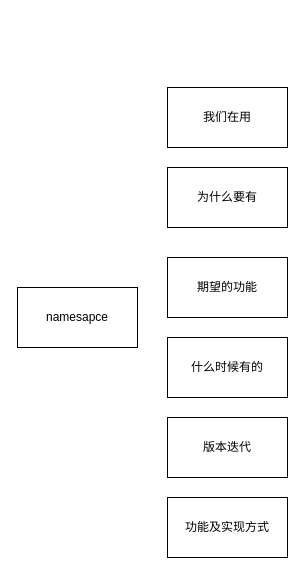
Before: linux namespace源码阅读.drawio in enzoyes/desginsindraw, a draw.io diagram. Source tidied: cells renumbered, new cells numbered last; positions are measured from the earlier drawing's top-left corner, leaving out a move shared by most shapes. Both pictures are drawn from the tidied source at 100%, with x=0, y=0 at pixel (17, 87).
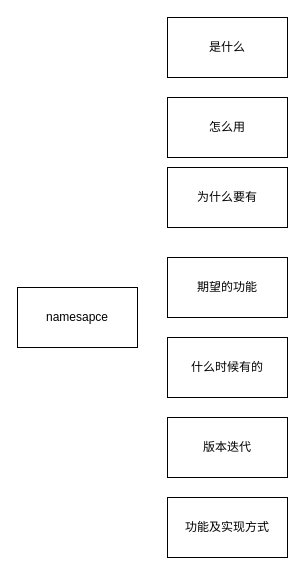
Above is the later version.

Commit message (it also covers changes not shown here):
更新linux namespace源码阅读.drawio

What changed in the source:
```diff
@@
 <mxGraphModel>
   <root>
     <mxCell id="0" />
     <mxCell id="1" parent="0" />
     <mxCell id="2" value="namesapce" style="rounded=0;whiteSpace=wrap;html=1;" parent="1" vertex="1">
       <mxGeometry y="200" width="120" height="60" as="geometry" />
     </mxCell>
     <mxCell id="3" value="为什么要有" style="rounded=0;whiteSpace=wrap;html=1;" parent="1" vertex="1">
       <mxGeometry x="150" y="80" width="120" height="60" as="geometry" />
     </mxCell>
     <mxCell id="4" value="什么时候有的" style="rounded=0;whiteSpace=wrap;html=1;" parent="1" vertex="1">
       <mxGeometry x="150" y="250" width="120" height="60" as="geometry" />
     </mxCell>
     <mxCell id="5" value="版本迭代" style="rounded=0;whiteSpace=wrap;html=1;" parent="1" vertex="1">
       <mxGeometry x="150" y="330" width="120" height="60" as="geometry" />
     </mxCell>
     <mxCell id="6" value="期望的功能" style="rounded=0;whiteSpace=wrap;html=1;" parent="1" vertex="1">
       <mxGeometry x="150" y="170" width="120" height="60" as="geometry" />
     </mxCell>
     <mxCell id="7" value="功能及实现方式" style="rounded=0;whiteSpace=wrap;html=1;" parent="1" vertex="1">
       <mxGeometry x="150" y="410" width="120" height="60" as="geometry" />
     </mxCell>
-    <mxCell id="8" value="我们在用" style="rounded=0;whiteSpace=wrap;html=1;" parent="1" vertex="1">
-      <mxGeometry x="150" width="120" height="60" as="geometry" />
+    <mxCell id="8" value="是什么" style="rounded=0;whiteSpace=wrap;html=1;" parent="1" vertex="1">
+      <mxGeometry x="150" y="-70" width="120" height="60" as="geometry" />
     </mxCell>
+    <mxCell id="9" value="怎么用" style="rounded=0;whiteSpace=wrap;html=1;" parent="1" vertex="1">
+      <mxGeometry x="150" y="10" width="120" height="60" as="geometry" />
+    </mxCell>
   </root>
 </mxGraphModel>
```
